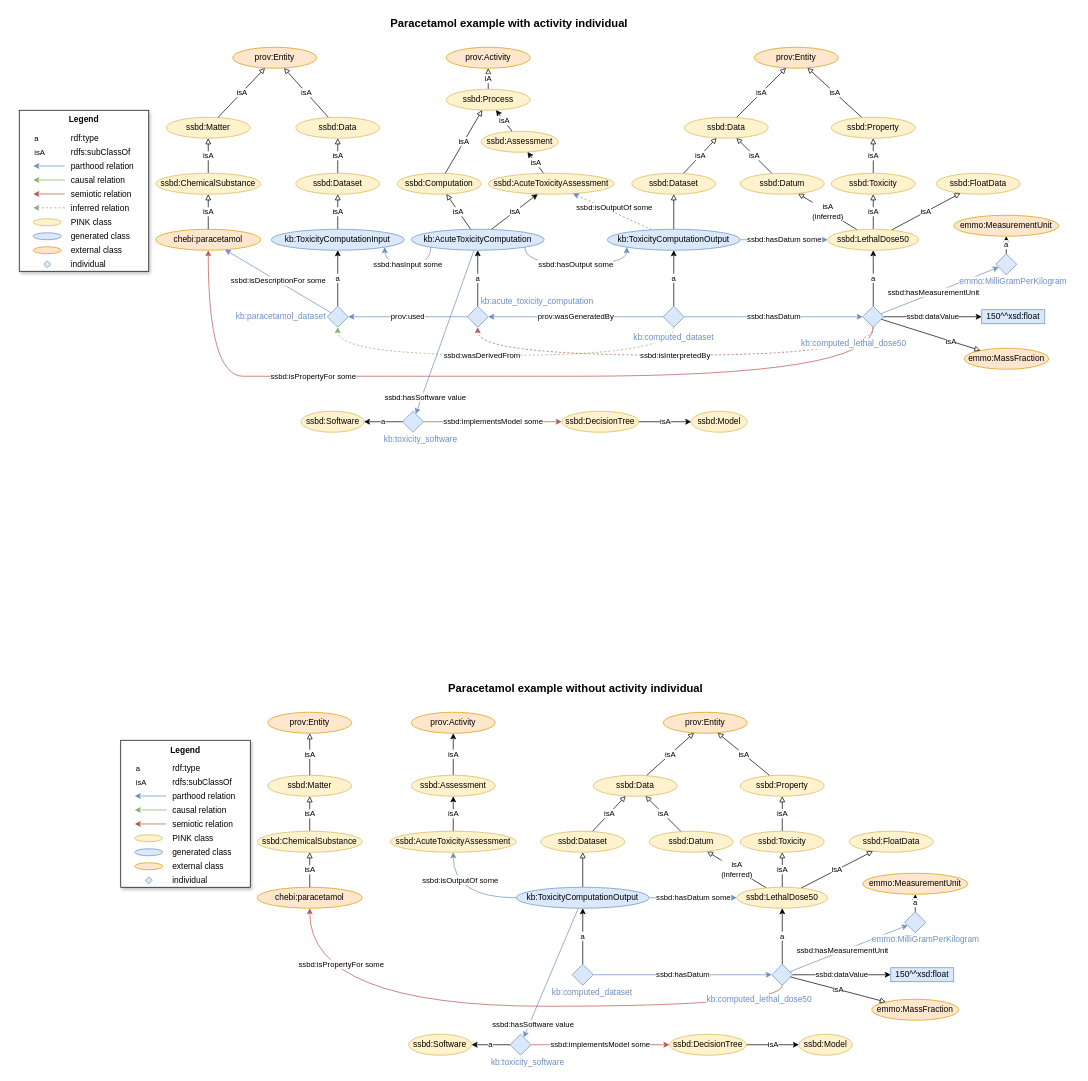
ssbd-ontology/core keeps this draw.io diagram as page "example" (6 of 8) of docs/figs/figures.drawio. Above is the earlier version. Source tidied: cells renumbered, new cells numbered last; positions are measured from the earlier drawing's top-left corner, leaving out a move shared by most shapes. Both pictures are drawn from the tidied source at 70%, with x=0, y=0 at pixel (12, 12).
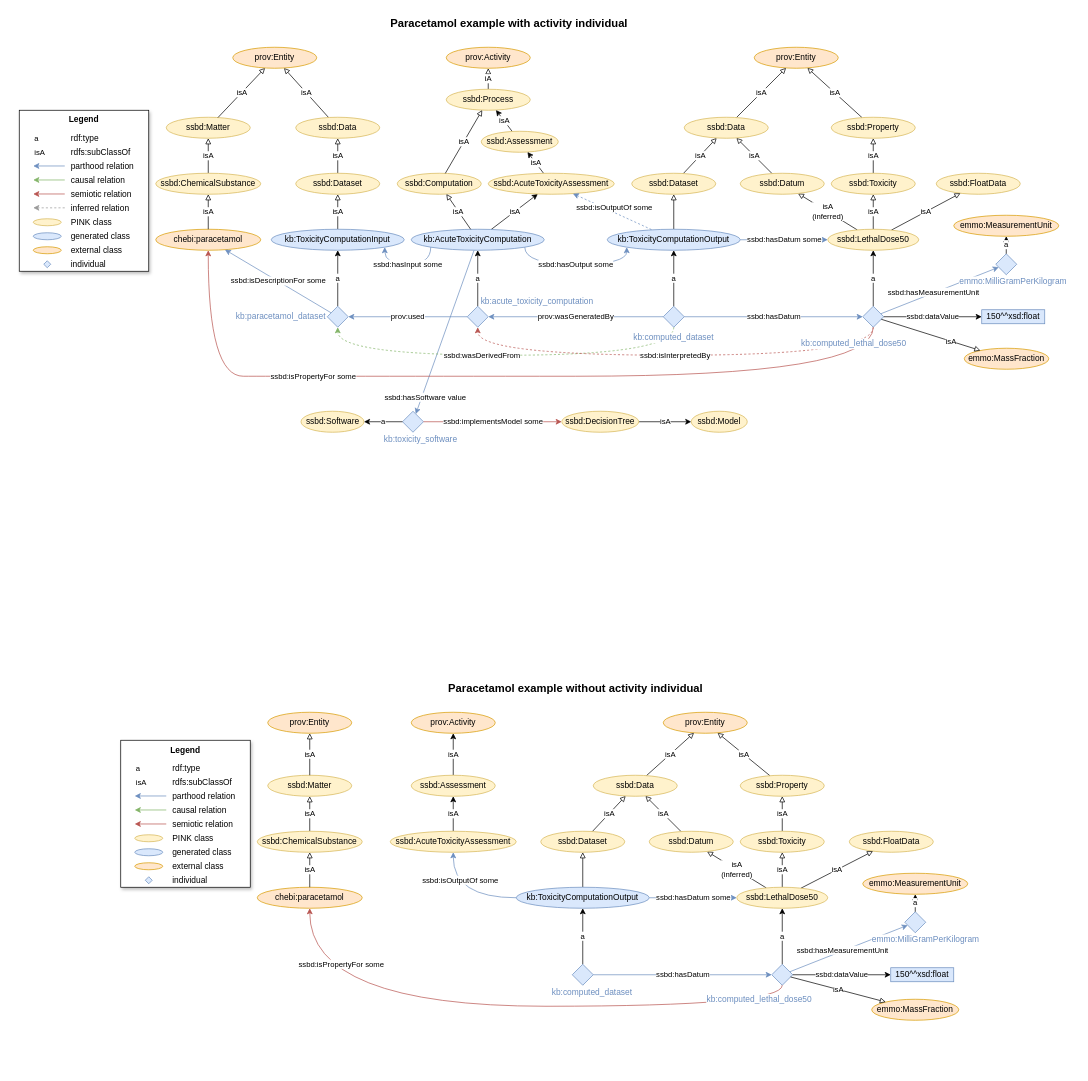
The same diagram, later.

The change refers to these unchanged cells:
```xml
<mxCell id="96" value="kb:ToxicityComputationOutput" style="ellipse;whiteSpace=wrap;html=1;fillColor=#dae8fc;strokeColor=#6c8ebf;" parent="1" vertex="1">
  <mxGeometry x="720" y="1250" width="190" height="30" as="geometry" />
</mxCell>
```

Diff of the diagram source:
```diff
@@
     <mxCell id="2" style="rounded=0;whiteSpace=wrap;html=1;labelBackgroundColor=default;fontColor=#6C8EBF;strokeColor=none;" parent="1" vertex="1">
-      <mxGeometry x="150" y="950" width="1240" height="560" as="geometry" />
+      <mxGeometry x="150" y="950" width="1240" height="500" as="geometry" />
     </mxCell>
@@
-    <mxCell id="179" style="rhombus;whiteSpace=wrap;html=1;fillColor=#dae8fc;strokeColor=#6c8ebf;" parent="1" vertex="1">
-      <mxGeometry x="711.2" y="1460" width="30" height="30" as="geometry" />
-    </mxCell>
-    <mxCell id="180" value="ssbd:implementsModel some" style="edgeStyle=none;shape=connector;rounded=0;jettySize=auto;html=1;strokeColor=#b85450;align=center;verticalAlign=middle;fontFamily=Helvetica;fontSize=11;fontColor=default;labelBackgroundColor=default;endArrow=classic;endFill=1;fillColor=#f8cecc;entryX=0;entryY=0.5;entryDx=0;entryDy=0;" parent="1" edge="1" source="179" target="184">
-      <mxGeometry relative="1" as="geometry" />
-    </mxCell>
-    <mxCell id="181" value="kb:toxicity_software" style="text;html=1;align=right;verticalAlign=middle;whiteSpace=wrap;rounded=0;fontColor=#6C8EBF;" parent="1" vertex="1">
-      <mxGeometry x="661.2" y="1490" width="130" height="20" as="geometry" />
-    </mxCell>
-    <mxCell id="182" value="ssbd:Software" style="ellipse;whiteSpace=wrap;html=1;fillColor=#fff2cc;strokeColor=#d6b656;" parent="1" vertex="1">
-      <mxGeometry x="566.2" y="1460" width="90" height="30" as="geometry" />
-    </mxCell>
-    <mxCell id="183" value="isA" style="edgeStyle=orthogonalEdgeStyle;rounded=0;jettySize=auto;html=1;entryX=0;entryY=0.5;entryDx=0;entryDy=0;" parent="1" edge="1" source="184" target="186">
-      <mxGeometry relative="1" as="geometry" />
-    </mxCell>
-    <mxCell id="184" value="ssbd:DecisionTree" style="ellipse;whiteSpace=wrap;html=1;fillColor=#fff2cc;strokeColor=#d6b656;" parent="1" vertex="1">
-      <mxGeometry x="938.8" y="1460" width="110" height="30" as="geometry" />
-    </mxCell>
-    <mxCell id="185" value="a" style="rounded=0;jettySize=auto;html=1;" parent="1" edge="1" source="179" target="182">
-      <mxGeometry relative="1" as="geometry" />
-    </mxCell>
-    <mxCell id="186" value="ssbd:Model" style="ellipse;whiteSpace=wrap;html=1;fillColor=#fff2cc;strokeColor=#d6b656;" parent="1" vertex="1">
-      <mxGeometry x="1123.8" y="1460" width="76.2" height="30" as="geometry" />
-    </mxCell>
-    <mxCell id="187" value="ssbd:hasSoftware value" style="edgeStyle=none;shape=connector;rounded=0;jettySize=auto;html=1;strokeColor=#6c8ebf;align=center;verticalAlign=middle;fontFamily=Helvetica;fontSize=11;fontColor=default;labelBackgroundColor=default;endArrow=classic;endFill=1;fillColor=#dae8fc;" parent="1" edge="1" source="96" target="179">
-      <mxGeometry x="0.78" y="5" relative="1" as="geometry" />
-    </mxCell>
```
